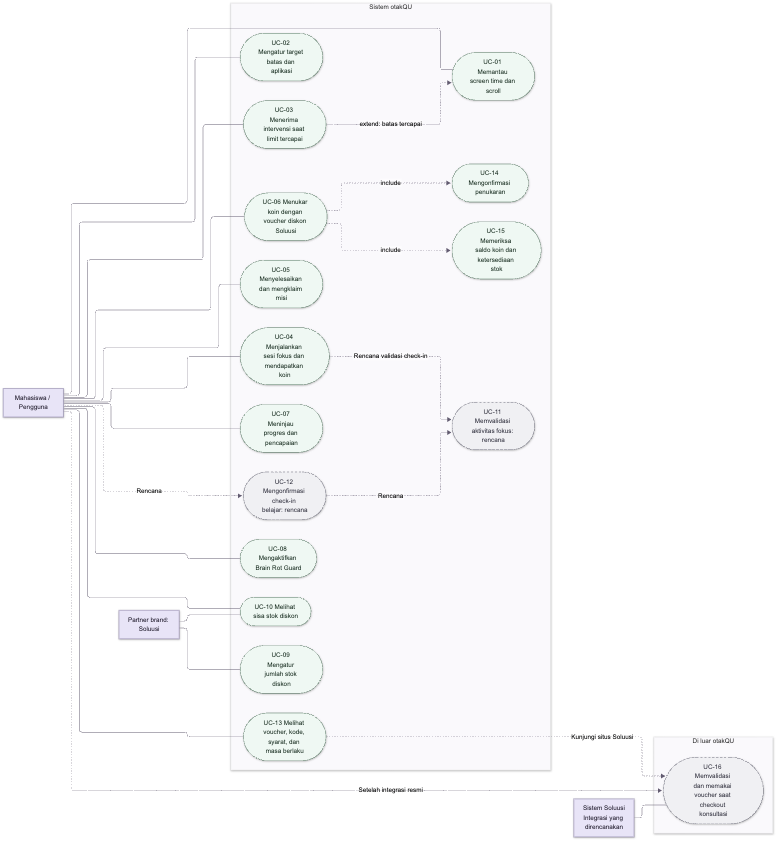
Earlier version of the Mermaid export docs/diagrams/use-case.png (fauzan171/otakQU). Its source is kept beside it as docs/diagrams/use-case.mmd.
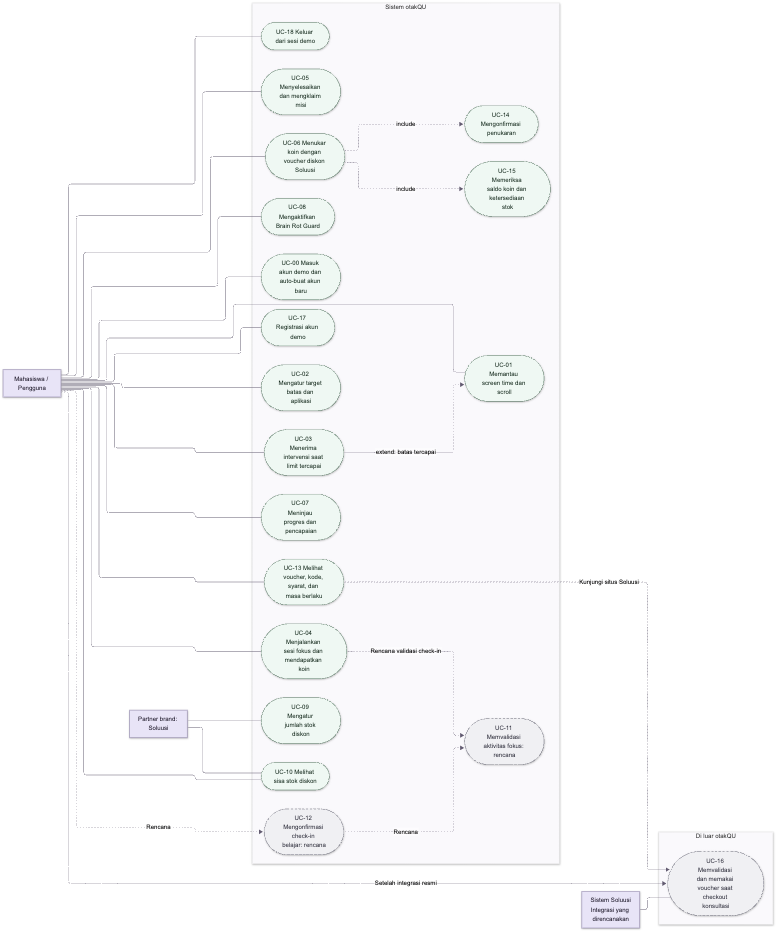
Later version of the same file.

Change to the diagram source:
```diff
@@ -5,6 +5,9 @@
 
     subgraph OtakQU[Sistem otakQU]
         direction TB
+        UC00([UC-00 Masuk akun demo dan auto-buat akun baru])
+        UC17([UC-17 Registrasi akun demo])
+        UC18([UC-18 Keluar dari sesi demo])
         UC01([UC-01 Memantau screen time dan scroll])
         UC02([UC-02 Mengatur target batas dan aplikasi])
         UC03([UC-03 Menerima intervensi saat limit tercapai])
@@ -22,6 +25,9 @@
         UC15([UC-15 Memeriksa saldo koin dan ketersediaan stok])
     end
 
+    Student --- UC00
+    Student --- UC17
+    Student --- UC18
     Student --- UC01
     Student --- UC02
     Student --- UC03
@@ -52,5 +58,5 @@
     classDef implemented fill:#eff8f3,stroke:#52745f,color:#1b3023
     classDef planned fill:#f0f0f3,stroke:#6c6c7b,color:#333340,stroke-dasharray:5 5
     class Student,Partner,Soluusi actor
-    class UC01,UC02,UC03,UC04,UC05,UC06,UC07,UC08,UC09,UC10,UC13,UC14,UC15 implemented
+    class UC00,UC17,UC18,UC01,UC02,UC03,UC04,UC05,UC06,UC07,UC08,UC09,UC10,UC13,UC14,UC15 implemented
     class UC11,UC12,UC16 planned
```
